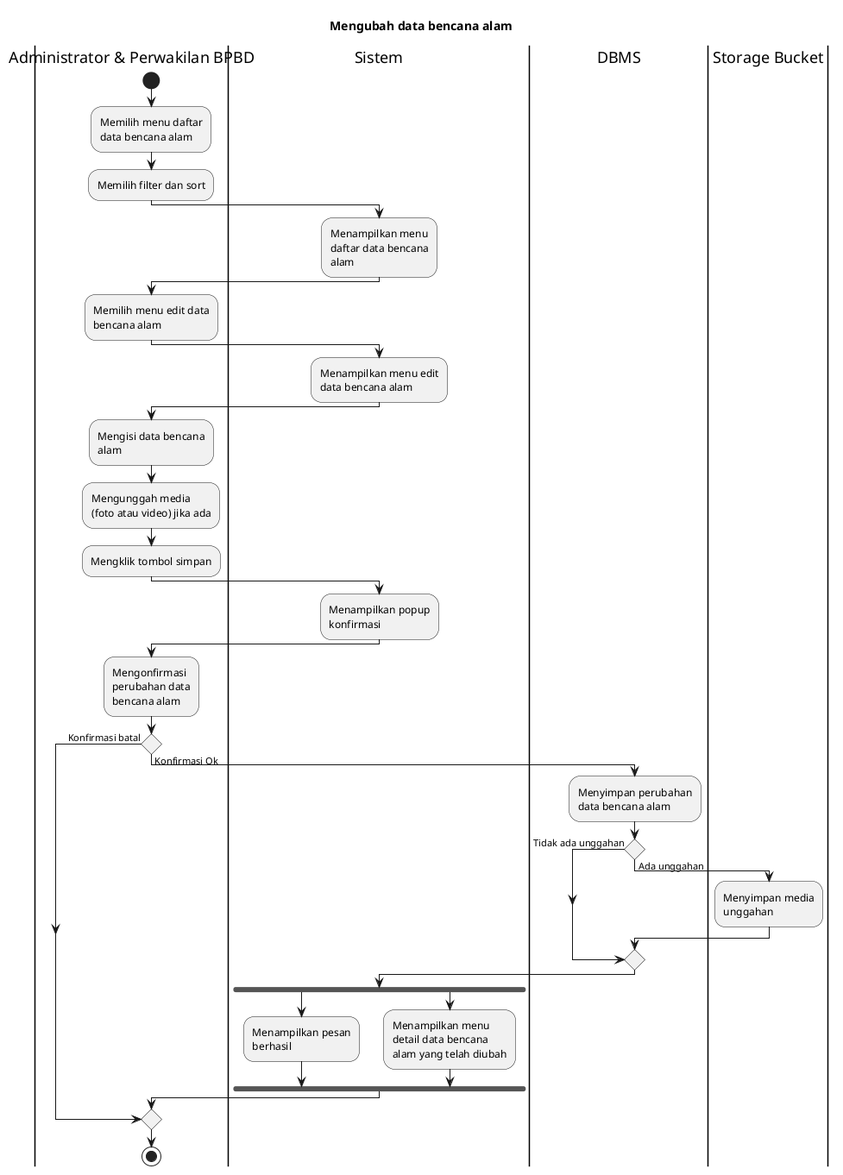
bagusNA/appl-diagrams keeps this PlantUML diagram as export/Activity Diagrams/UC-MGDISASTER - Manajemen Data Bencana/UC-MGDISASTER-008 - Mengubah data bencana alam.png. Above is the earlier version. Its diagram source:
```plantuml
@startuml
skinparam wrapWidth 140

title Mengubah data bencana alam

|Administrator & Perwakilan BPBD|
start
:Memilih menu daftar data bencana alam;
:Memilih filter dan sort;

|Sistem|
:Menampilkan menu daftar data bencana alam;

|Administrator & Perwakilan BPBD|
:Memilih menu edit data bencana alam;

|Sistem|
:Menampilkan menu edit data bencana alam;

|Administrator & Perwakilan BPBD|
:Mengisi data bencana alam;
:Mengunggah media (foto atau video) jika ada;
:Mengklik tombol simpan;

|Sistem|
:Menampilkan popup konfirmasi;

|Administrator & Perwakilan BPBD|
:Mengonfirmasi perubahan data bencana alam;

if () then (Konfirmasi batal)
else (Konfirmasi Ok)
  |DBMS|
  :Menyimpan perubahan data bencana alam;

  if () then (Tidak ada unggahan)
  else (Ada unggahan)
    |Storage Bucket|
    :Menyimpan media unggahan;
  endif

  |Sistem|
  fork
    :Menampilkan pesan berhasil;
  fork again
    :Menampilkan menu detail data bencana alam yang telah diubah;
  endfork
endif

|Administrator & Perwakilan BPBD|
stop
@enduml
```
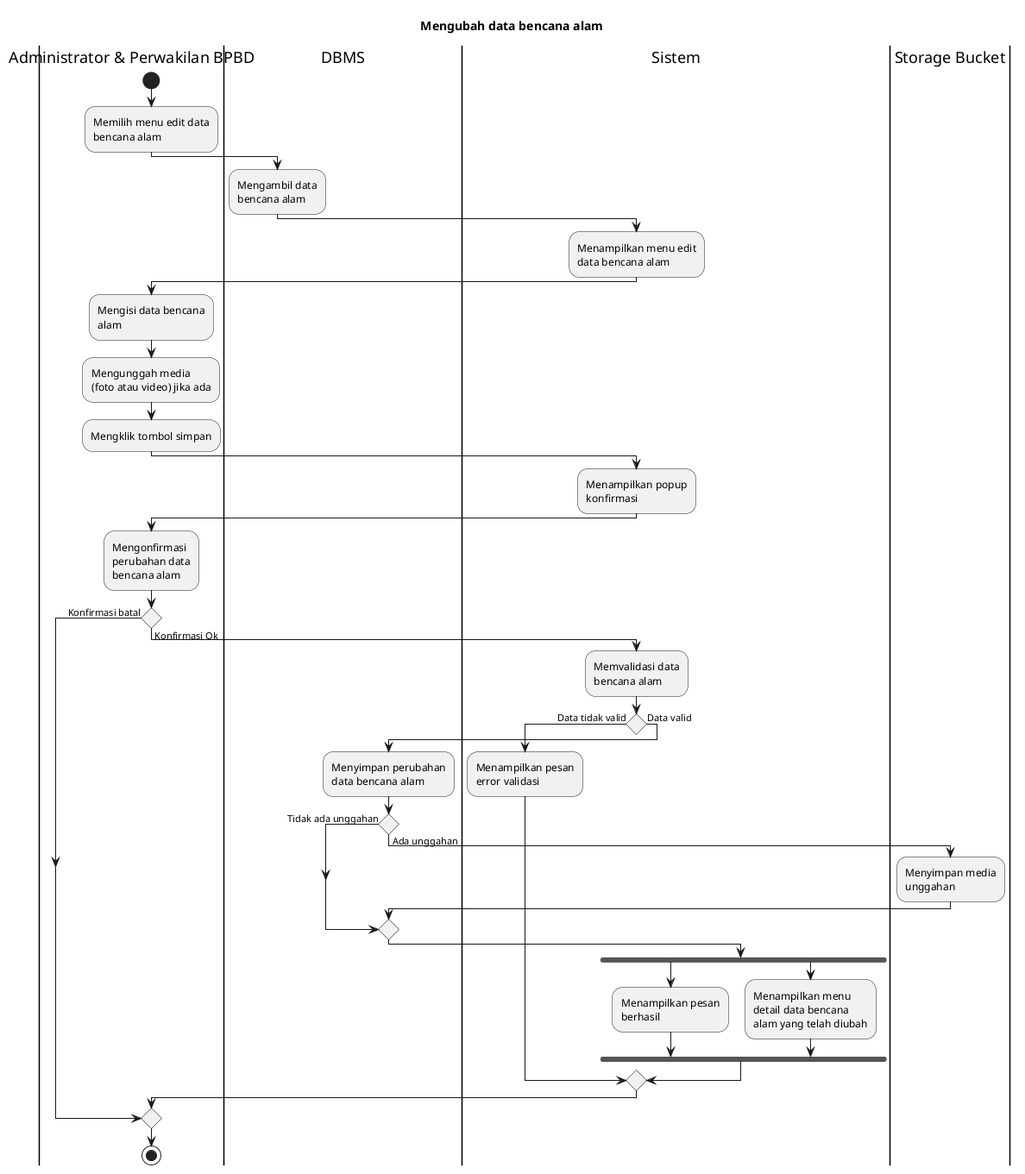
Later version of the same file.

Change to the diagram source:
```diff
@@ -5,14 +5,10 @@
 
 |Administrator & Perwakilan BPBD|
 start
-:Memilih menu daftar data bencana alam;
-:Memilih filter dan sort;
+:Memilih menu edit data bencana alam;
 
-|Sistem|
-:Menampilkan menu daftar data bencana alam;
-
-|Administrator & Perwakilan BPBD|
-:Memilih menu edit data bencana alam;
+|DBMS|
+:Mengambil data bencana alam;
 
 |Sistem|
 :Menampilkan menu edit data bencana alam;
@@ -30,21 +26,28 @@
 
 if () then (Konfirmasi batal)
 else (Konfirmasi Ok)
-  |DBMS|
-  :Menyimpan perubahan data bencana alam;
+  |Sistem|
+  :Memvalidasi data bencana alam;
 
-  if () then (Tidak ada unggahan)
-  else (Ada unggahan)
-    |Storage Bucket|
-    :Menyimpan media unggahan;
-  endif
+  if () then (Data tidak valid)
+    :Menampilkan pesan error validasi;
+  else (Data valid)
+    |DBMS|
+    :Menyimpan perubahan data bencana alam;
 
-  |Sistem|
-  fork
-    :Menampilkan pesan berhasil;
-  fork again
-    :Menampilkan menu detail data bencana alam yang telah diubah;
-  endfork
+    if () then (Tidak ada unggahan)
+    else (Ada unggahan)
+      |Storage Bucket|
+      :Menyimpan media unggahan;
+    endif
+
+    |Sistem|
+    fork
+      :Menampilkan pesan berhasil;
+    fork again
+      :Menampilkan menu detail data bencana alam yang telah diubah;
+    endfork
+    endif
 endif
 
 |Administrator & Perwakilan BPBD|
```
